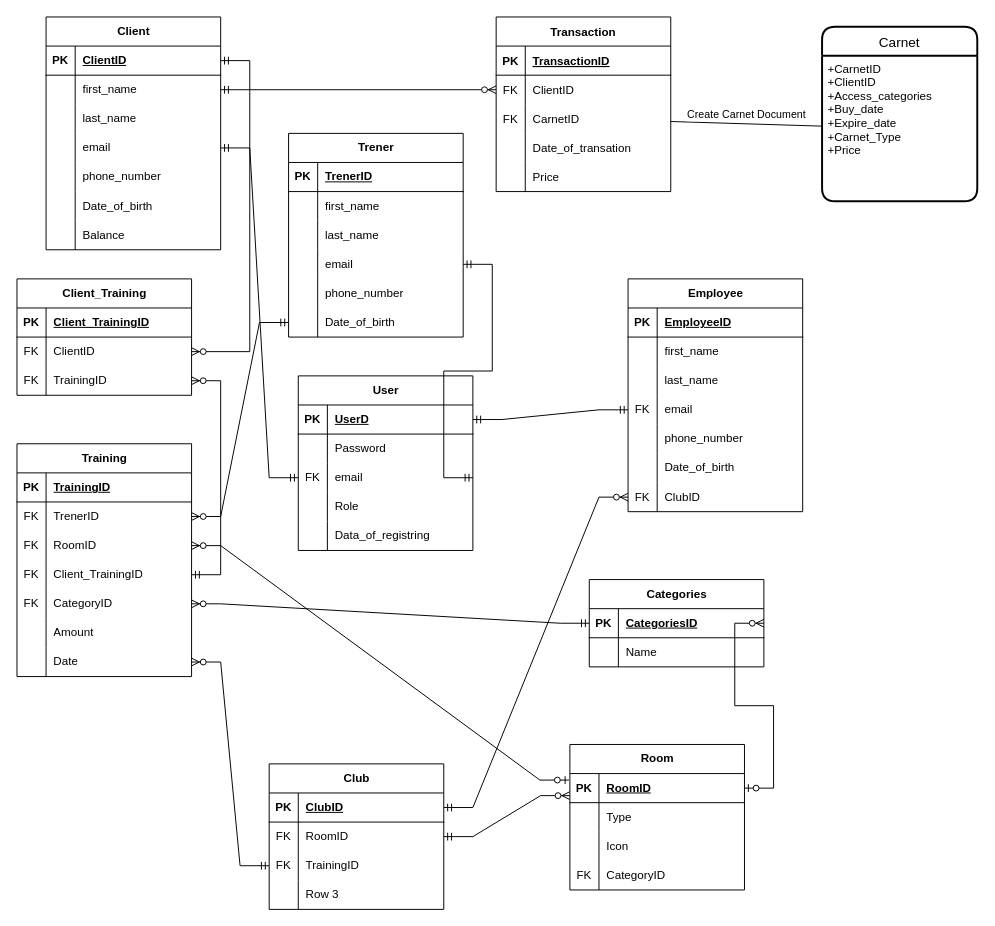
The draw.io diagram page "Strona-1" (1 of 2) of fitness_scheldue.drawio in modul-sum-3/sum-back, before the edit. Source tidied: cells renumbered, new cells numbered last; positions are measured from the earlier drawing's top-left corner, leaving out a move shared by most shapes. Both pictures are drawn from the tidied source at 97%, with x=0, y=0 at pixel (16, 16).
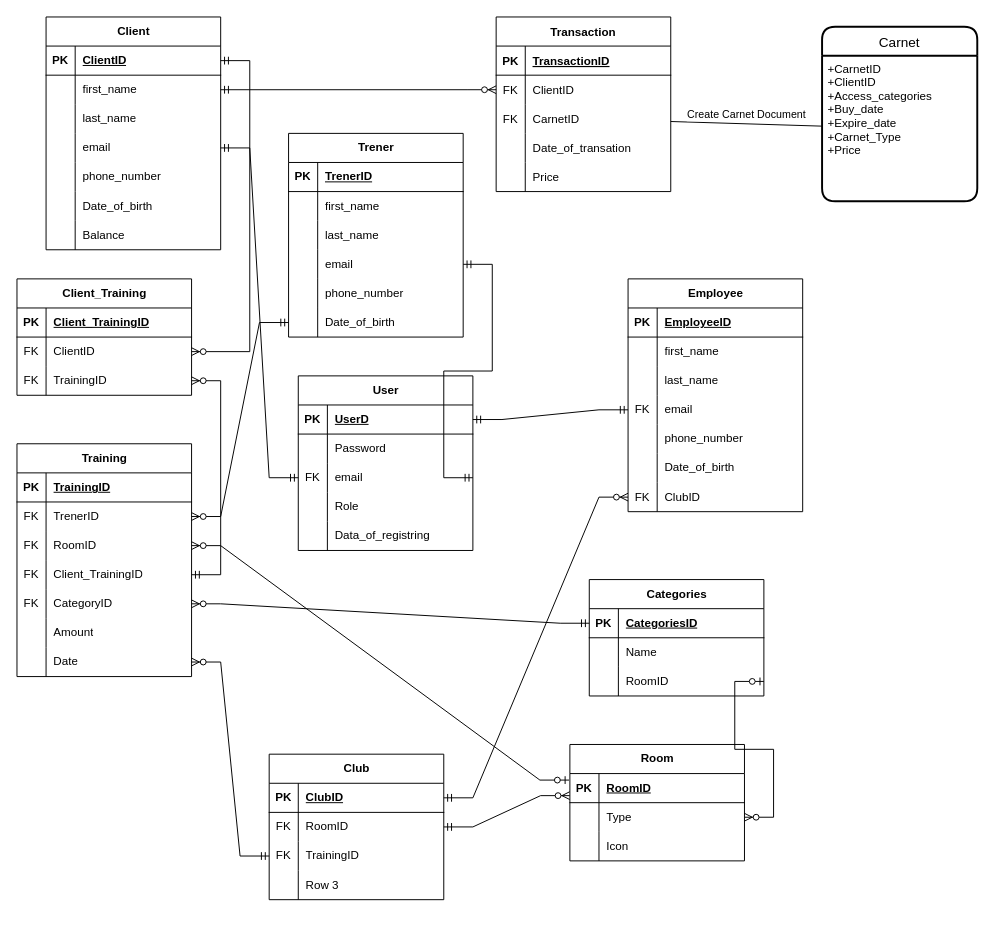
The same page after the edit.

Unchanged cells that the change refers to:
```xml
<mxCell id="107" style="shape=tableRow;horizontal=0;startSize=0;swimlaneHead=0;swimlaneBody=0;fillColor=none;points=[[0,0.5],[1,0.5]];portConstraint=eastwest;top=0;left=0;right=0;bottom=1;" parent="106" vertex="1">
  <mxGeometry y="30" width="180" height="30" as="geometry" />
</mxCell>
<mxCell id="115" style="shape=tableRow;horizontal=0;startSize=0;swimlaneHead=0;swimlaneBody=0;fillColor=none;points=[[0,0.5],[1,0.5]];portConstraint=eastwest;top=0;left=0;right=0;bottom=1;" parent="114" vertex="1">
  <mxGeometry y="30" width="180" height="30" as="geometry" />
</mxCell>
<mxCell id="118" style="shape=tableRow;horizontal=0;startSize=0;swimlaneHead=0;swimlaneBody=0;fillColor=none;points=[[0,0.5],[1,0.5]];portConstraint=eastwest;top=0;left=0;right=0;bottom=0;" parent="114" vertex="1">
  <mxGeometry y="60" width="180" height="30" as="geometry" />
</mxCell>
```

The edit, as a diff of the source:
```diff
@@
     <mxCell id="106" value="Categories" style="shape=table;startSize=30;childLayout=tableLayout;rowLines=0;fontStyle=1;align=center;html=1;" parent="1" vertex="1">
-      <mxGeometry x="590" y="580" width="180" height="90" as="geometry" />
+      <mxGeometry x="590" y="580" width="180" height="120" as="geometry" />
     </mxCell>
@@
+    <mxCell id="183" style="shape=tableRow;horizontal=0;startSize=0;swimlaneHead=0;swimlaneBody=0;fillColor=none;points=[[0,0.5],[1,0.5]];portConstraint=eastwest;top=0;left=0;right=0;bottom=0;" parent="106" vertex="1">
+      <mxGeometry y="90" width="180" height="30" as="geometry" />
+    </mxCell>
+    <mxCell id="184" style="shape=partialRectangle;fillColor=none;top=0;left=0;bottom=0;right=0;overflow=hidden;whiteSpace=wrap;html=1;" parent="183" vertex="1">
+      <mxGeometry width="30" height="30" as="geometry" />
+    </mxCell>
+    <mxCell id="185" value="RoomID" style="shape=partialRectangle;fillColor=none;top=0;left=0;bottom=0;right=0;align=left;spacingLeft=6;overflow=hidden;whiteSpace=wrap;html=1;" parent="183" vertex="1">
+      <mxGeometry x="30" width="150" height="30" as="geometry" />
+    </mxCell>
@@
     <mxCell id="114" value="Room" style="shape=table;startSize=30;childLayout=tableLayout;rowLines=0;fontStyle=1;align=center;html=1;" parent="1" vertex="1">
-      <mxGeometry x="570" y="750" width="180" height="150" as="geometry" />
+      <mxGeometry x="570" y="750" width="180" height="120" as="geometry" />
     </mxCell>
@@
-    <mxCell id="124" style="shape=tableRow;horizontal=0;startSize=0;swimlaneHead=0;swimlaneBody=0;fillColor=none;top=0;left=0;right=0;bottom=0;" parent="114" vertex="1">
-      <mxGeometry y="120" width="180" height="30" as="geometry" />
-    </mxCell>
-    <mxCell id="125" style="shape=partialRectangle;fillColor=none;top=0;left=0;bottom=0;right=0;overflow=hidden;whiteSpace=wrap;html=1;" parent="124" vertex="1">
-      <mxGeometry width="30" height="30" as="geometry" />
-    </mxCell>
-    <mxCell id="126" value="CategoryID" style="shape=partialRectangle;fillColor=none;top=0;left=0;bottom=0;right=0;align=left;spacingLeft=6;overflow=hidden;whiteSpace=wrap;html=1;" parent="124" vertex="1">
-      <mxGeometry x="30" width="150" height="30" as="geometry" />
-    </mxCell>
@@
     <mxCell id="128" value="Club" style="shape=table;startSize=30;childLayout=tableLayout;rowLines=0;fontStyle=1;align=center;html=1;" parent="1" vertex="1">
-      <mxGeometry x="260" y="770" width="180" height="150" as="geometry" />
+      <mxGeometry x="260" y="760" width="180" height="150" as="geometry" />
     </mxCell>
@@
-    <mxCell id="144" style="edgeStyle=entityRelationEdgeStyle;fontSize=12;html=1;endArrow=ERzeroToMany;startArrow=ERzeroToOne;rounded=0;entryX=1;entryY=0.5;entryDx=0;entryDy=0;" parent="1" edge="1" source="115" target="107">
-      <mxGeometry relative="1" as="geometry" />
-    </mxCell>
@@
-    <mxCell id="178" style="shape=partialRectangle;fillColor=none;top=0;left=0;bottom=0;right=0;overflow=hidden;whiteSpace=wrap;html=1;" parent="1" vertex="1">
-      <mxGeometry x="569" y="870" width="30" height="30" as="geometry" />
-    </mxCell>
-    <mxCell id="179" style="shape=tableRow;horizontal=0;startSize=0;swimlaneHead=0;swimlaneBody=0;fillColor=none;top=0;left=0;right=0;bottom=0;" parent="1" vertex="1">
-      <mxGeometry x="570" y="870" width="180" height="30" as="geometry" />
-    </mxCell>
-    <mxCell id="180" style="shape=partialRectangle;fillColor=none;top=0;left=0;bottom=0;right=0;overflow=hidden;whiteSpace=wrap;html=1;" parent="179" vertex="1">
-      <mxGeometry width="30" height="30" as="geometry" />
-    </mxCell>
-    <mxCell id="181" style="shape=tableRow;horizontal=0;startSize=0;swimlaneHead=0;swimlaneBody=0;fillColor=none;top=0;left=0;right=0;bottom=0;" parent="1" vertex="1">
-      <mxGeometry x="570" y="870" width="180" height="40" as="geometry" />
-    </mxCell>
-    <mxCell id="182" value="FK" style="shape=partialRectangle;fillColor=none;top=0;left=0;bottom=0;right=0;overflow=hidden;whiteSpace=wrap;html=1;" parent="181" vertex="1">
-      <mxGeometry width="30" height="30" as="geometry" />
-    </mxCell>
+    <mxCell id="144" style="edgeStyle=entityRelationEdgeStyle;fontSize=12;html=1;endArrow=ERzeroToMany;startArrow=ERzeroToOne;rounded=0;entryX=1;entryY=0.5;entryDx=0;entryDy=0;exitX=1;exitY=0.5;exitDx=0;exitDy=0;" parent="1" edge="1" source="183" target="118">
+      <mxGeometry relative="1" as="geometry" />
+    </mxCell>
```
